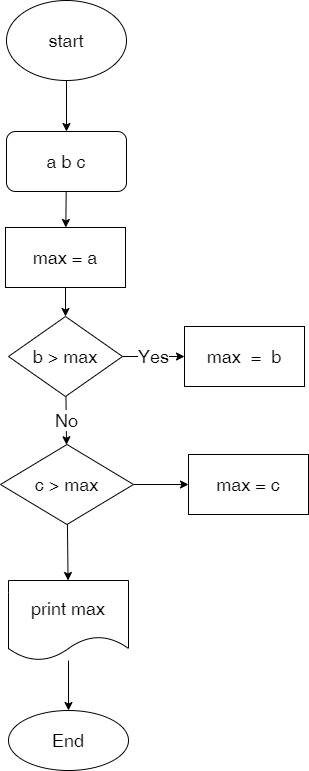
The draw.io diagram Homework/Lesson01/task4/alg.drawio.png in sergdmi/3-Code, before a commit. Source tidied: cells renumbered, new cells last; positions are measured from the earlier drawing's top-left corner, leaving out a move shared by most shapes.
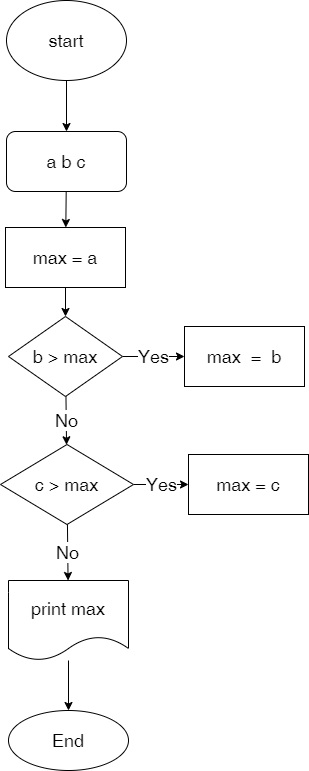
The same diagram one commit later.

Commit message:
task 4 lesson 01 amended - else removed

What changed in the source:
```diff
@@ -32,10 +32,10 @@
     <mxCell id="11" value="max&amp;nbsp; =&amp;nbsp; b" style="whiteSpace=wrap;html=1;fontSize=18;rounded=0;" parent="1" vertex="1">
       <mxGeometry x="184" y="326" width="120" height="60" as="geometry" />
     </mxCell>
-    <mxCell id="12" style="edgeStyle=none;html=1;fontSize=18;" parent="1" edge="1" source="14" target="15">
+    <mxCell id="12" value="Yes" style="edgeStyle=none;html=1;fontSize=18;" parent="1" edge="1" source="14" target="15">
       <mxGeometry relative="1" as="geometry" />
     </mxCell>
-    <mxCell id="13" style="edgeStyle=none;html=1;fontSize=18;" parent="1" edge="1" source="14" target="17">
+    <mxCell id="13" value="No" style="edgeStyle=none;html=1;fontSize=18;" parent="1" edge="1" source="14" target="17">
       <mxGeometry relative="1" as="geometry" />
     </mxCell>
     <mxCell id="14" value="c &amp;gt; max" style="rhombus;whiteSpace=wrap;html=1;fontSize=18;rounded=0;" parent="1" vertex="1">
```
